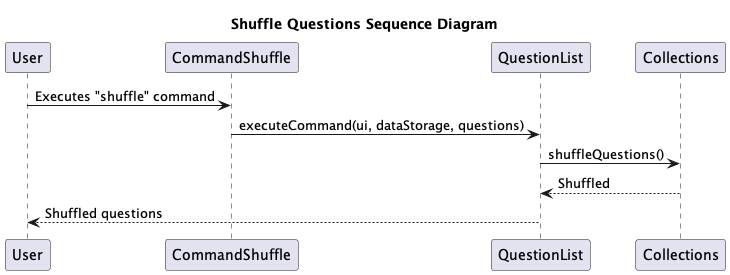
nus-cs2113-AY2324S1/tp keeps this PlantUML diagram as docs/UML/Commands/commandShuffleSequence.png. Above is the earlier version.
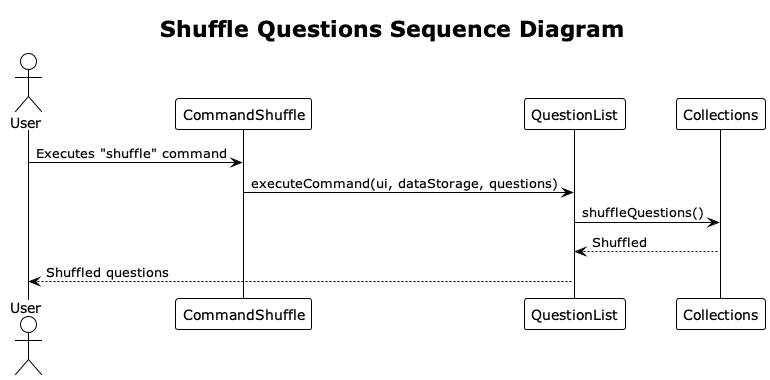
The same diagram one commit later.

Commit message:
Add Shuffle Command and Edit Command UGs

Change to the diagram source:
```diff
@@ -1,7 +1,8 @@
 @startuml
+!theme plain
 title Shuffle Questions Sequence Diagram
 
-participant User
+actor User
 participant CommandShuffle
 participant QuestionList
 participant Collections
```
